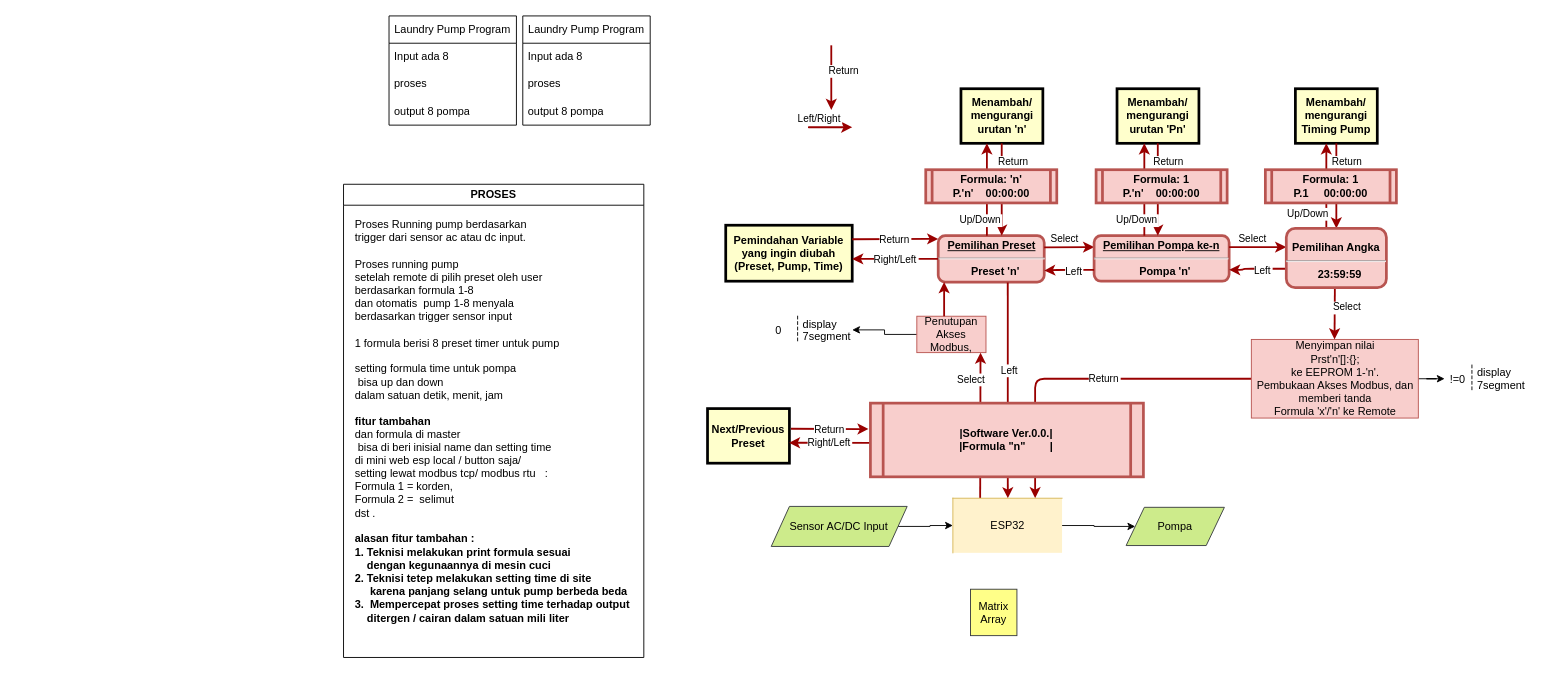
Before: Diagram Main Program.drawio in taoofeexs/SharingCode, a draw.io diagram. Source tidied: cells renumbered, new cells numbered last; positions are measured from the earlier drawing's top-left corner, leaving out a move shared by most shapes. Both pictures are drawn from the tidied source at 91%, with x=0, y=0 at pixel (343, 15).
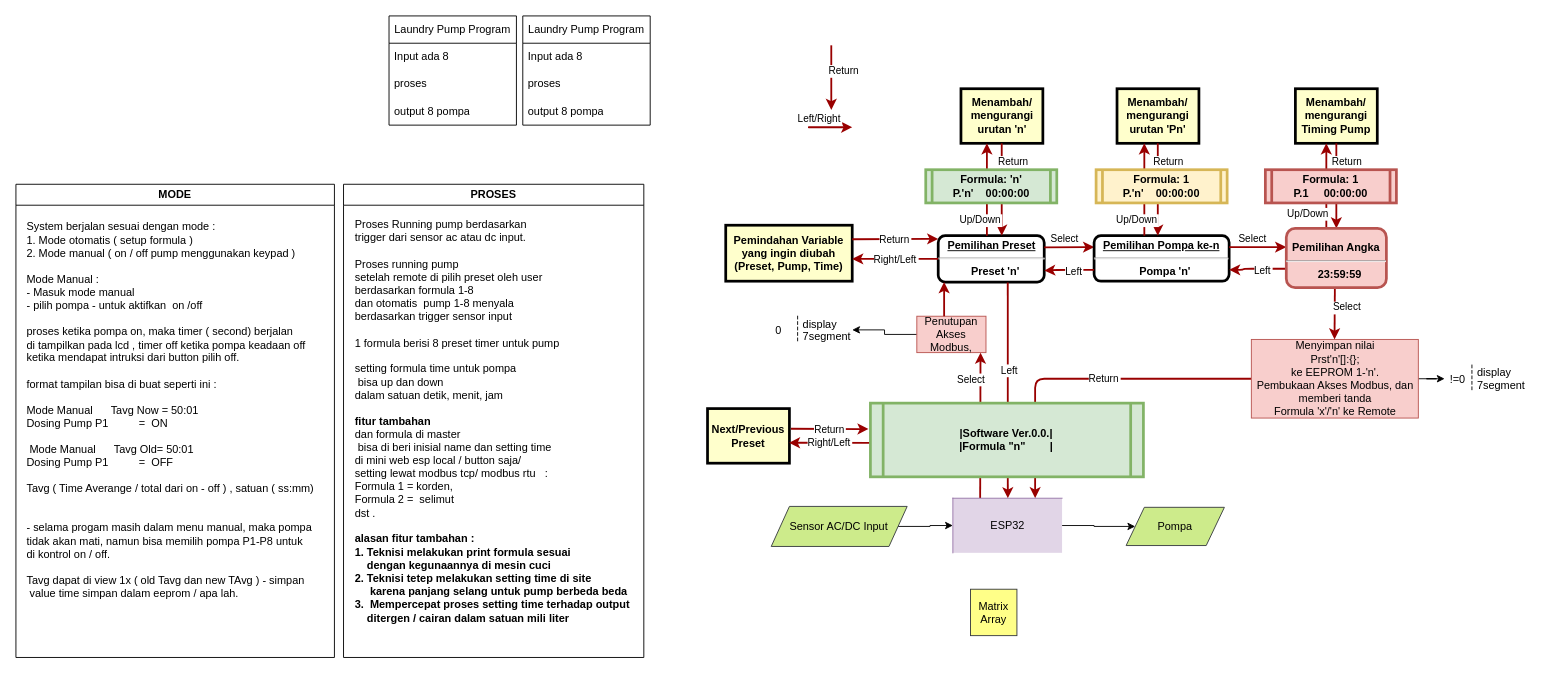
Above is the later version.

What changed in the source:
```diff
@@
-    <mxCell id="2" value="&lt;p style=&quot;margin: 0px; margin-top: 4px; text-align: center; text-decoration: underline;&quot;&gt;&lt;span style=&quot;background-color: initial;&quot;&gt;Pemilihan Preset&lt;/span&gt;&lt;strong&gt;&lt;br&gt;&lt;/strong&gt;&lt;/p&gt;&lt;hr&gt;&lt;p style=&quot;margin: 0px; margin-left: 8px;&quot;&gt;&lt;strong&gt;Preset 'n'&lt;/strong&gt;&lt;br&gt;&lt;/p&gt;" style="verticalAlign=middle;align=center;overflow=fill;fontSize=12;fontFamily=Helvetica;html=1;rounded=1;fontStyle=1;strokeWidth=3;fillColor=#f8cecc;strokeColor=#b85450;" parent="1" vertex="1">
+    <mxCell id="2" value="&lt;p style=&quot;margin: 0px; margin-top: 4px; text-align: center; text-decoration: underline;&quot;&gt;&lt;span style=&quot;background-color: initial;&quot;&gt;Pemilihan Preset&lt;/span&gt;&lt;strong&gt;&lt;br&gt;&lt;/strong&gt;&lt;/p&gt;&lt;hr&gt;&lt;p style=&quot;margin: 0px; margin-left: 8px;&quot;&gt;&lt;strong&gt;Preset 'n'&lt;/strong&gt;&lt;br&gt;&lt;/p&gt;" style="verticalAlign=middle;align=center;overflow=fill;fontSize=12;fontFamily=Helvetica;html=1;rounded=1;fontStyle=1;strokeWidth=3;" parent="1" vertex="1">
       <mxGeometry x="653.5" y="241.5" width="116.5" height="51" as="geometry" />
     </mxCell>
@@
-    <mxCell id="25" value="&lt;p style=&quot;margin: 0px; margin-top: 4px; text-align: center; text-decoration: underline;&quot;&gt;Pemilihan Pompa ke-n&lt;strong&gt;&lt;br&gt;&lt;/strong&gt;&lt;/p&gt;&lt;hr&gt;&lt;p style=&quot;margin: 0px; margin-left: 8px;&quot;&gt;Pompa 'n'&lt;/p&gt;" style="verticalAlign=middle;align=center;overflow=fill;fontSize=12;fontFamily=Helvetica;html=1;rounded=1;fontStyle=1;strokeWidth=3;fillColor=#f8cecc;strokeColor=#b85450;" parent="1" vertex="1">
+    <mxCell id="25" value="&lt;p style=&quot;margin: 0px; margin-top: 4px; text-align: center; text-decoration: underline;&quot;&gt;Pemilihan Pompa ke-n&lt;strong&gt;&lt;br&gt;&lt;/strong&gt;&lt;/p&gt;&lt;hr&gt;&lt;p style=&quot;margin: 0px; margin-left: 8px;&quot;&gt;Pompa 'n'&lt;/p&gt;" style="verticalAlign=middle;align=center;overflow=fill;fontSize=12;fontFamily=Helvetica;html=1;rounded=1;fontStyle=1;strokeWidth=3;" parent="1" vertex="1">
       <mxGeometry x="824.8" y="241.5" width="148.4" height="50" as="geometry" />
     </mxCell>
@@
-    <mxCell id="43" value="Formula: 1&#10;P.'n'    00:00:00" style="shape=process;whiteSpace=wrap;align=center;verticalAlign=middle;size=0.0475;fontStyle=1;strokeWidth=3;fillColor=#f8cecc;strokeColor=#b85450;" parent="1" vertex="1">
+    <mxCell id="43" value="Formula: 1&#10;P.'n'    00:00:00" style="shape=process;whiteSpace=wrap;align=center;verticalAlign=middle;size=0.0475;fontStyle=1;strokeWidth=3;fillColor=#fff2cc;strokeColor=#d6b656;" parent="1" vertex="1">
       <mxGeometry x="827" y="169" width="144" height="36.5" as="geometry" />
     </mxCell>
-    <mxCell id="44" value="Formula: 'n'&#10;P.'n'    00:00:00" style="shape=process;whiteSpace=wrap;align=center;verticalAlign=middle;size=0.0475;fontStyle=1;strokeWidth=3;fillColor=#f8cecc;strokeColor=#b85450;" parent="1" vertex="1">
+    <mxCell id="44" value="Formula: 'n'&#10;P.'n'    00:00:00" style="shape=process;whiteSpace=wrap;align=center;verticalAlign=middle;size=0.0475;fontStyle=1;strokeWidth=3;fillColor=#d5e8d4;strokeColor=#82b366;" parent="1" vertex="1">
       <mxGeometry x="639.8" y="169" width="144" height="36.5" as="geometry" />
     </mxCell>
@@
-    <mxCell id="47" value="ESP32" style="shape=partialRectangle;whiteSpace=wrap;html=1;bottom=0;right=0;fillColor=#fff2cc;strokeColor=#d6b656;" parent="1" vertex="1">
+    <mxCell id="47" value="ESP32" style="shape=partialRectangle;whiteSpace=wrap;html=1;bottom=0;right=0;fillColor=#e1d5e7;strokeColor=#9673a6;" parent="1" vertex="1">
       <mxGeometry x="669.6" y="530" width="120" height="60" as="geometry" />
     </mxCell>
@@
-    <mxCell id="50" value="|Software Ver.0.0.|&#10;|Formula &quot;n&quot;        |" style="shape=process;whiteSpace=wrap;align=center;verticalAlign=middle;size=0.0475;fontStyle=1;strokeWidth=3;fillColor=#f8cecc;strokeColor=#b85450;" parent="1" vertex="1">
+    <mxCell id="50" value="|Software Ver.0.0.|&#10;|Formula &quot;n&quot;        |" style="shape=process;whiteSpace=wrap;align=center;verticalAlign=middle;size=0.0475;fontStyle=1;strokeWidth=3;fillColor=#d5e8d4;strokeColor=#82b366;" parent="1" vertex="1">
       <mxGeometry x="579" y="425.5" width="300" height="81" as="geometry" />
     </mxCell>
@@
+    <mxCell id="59" value="MODE" style="swimlane;whiteSpace=wrap;html=1;" parent="1" vertex="1">
+      <mxGeometry x="-360" y="185" width="350" height="520" as="geometry" />
+    </mxCell>
+    <mxCell id="60" value="&lt;div style=&quot;text-align: justify;&quot;&gt;&lt;br&gt;&lt;/div&gt;" style="text;html=1;align=center;verticalAlign=middle;strokeColor=none;fillColor=none;" parent="59" vertex="1">
+      <mxGeometry x="155" y="260" width="20" height="30" as="geometry" />
+    </mxCell>
+    <mxCell id="61" value="&lt;div style=&quot;text-align: justify;&quot;&gt;System berjalan sesuai dengan mode :&amp;nbsp;&lt;/div&gt;&lt;div style=&quot;text-align: justify;&quot;&gt;1. Mode otomatis ( setup formula )&amp;nbsp;&lt;/div&gt;&lt;div style=&quot;text-align: justify;&quot;&gt;2. Mode manual ( on /&amp;nbsp;&lt;span style=&quot;background-color: initial;&quot;&gt;off pump menggunakan keypad )&amp;nbsp;&lt;/span&gt;&lt;/div&gt;&lt;div style=&quot;text-align: justify;&quot;&gt;&lt;span style=&quot;background-color: initial;&quot;&gt;&lt;br&gt;&lt;/span&gt;&lt;/div&gt;&lt;div style=&quot;text-align: justify;&quot;&gt;&lt;span style=&quot;background-color: initial;&quot;&gt;Mode Manual :&amp;nbsp;&lt;/span&gt;&lt;/div&gt;&lt;div style=&quot;text-align: justify;&quot;&gt;&lt;span style=&quot;background-color: initial;&quot;&gt;- Masuk mode manual&amp;nbsp;&lt;/span&gt;&lt;/div&gt;&lt;div style=&quot;text-align: justify;&quot;&gt;&lt;span style=&quot;background-color: initial;&quot;&gt;- pilih pompa - untuk aktifkan&amp;nbsp; on /off&lt;/span&gt;&lt;/div&gt;&lt;div style=&quot;text-align: justify;&quot;&gt;&lt;span style=&quot;background-color: initial;&quot;&gt;&lt;br&gt;&lt;/span&gt;&lt;/div&gt;&lt;div style=&quot;text-align: justify;&quot;&gt;&lt;span style=&quot;background-color: initial;&quot;&gt;proses ketika pompa on, maka timer ( second) berjalan&amp;nbsp;&lt;/span&gt;&lt;/div&gt;&lt;div style=&quot;text-align: justify;&quot;&gt;&lt;span style=&quot;background-color: initial;&quot;&gt;di tampilkan pada lcd , timer off ketika pompa keadaan off&amp;nbsp;&lt;/span&gt;&lt;/div&gt;&lt;div style=&quot;text-align: justify;&quot;&gt;&lt;span style=&quot;background-color: initial;&quot;&gt;ketika mendapat intruksi dari button pilih off.&amp;nbsp;&lt;/span&gt;&lt;/div&gt;&lt;div style=&quot;text-align: justify;&quot;&gt;&lt;span style=&quot;background-color: initial;&quot;&gt;&lt;br&gt;&lt;/span&gt;&lt;/div&gt;&lt;div style=&quot;text-align: justify;&quot;&gt;&lt;span style=&quot;background-color: initial;&quot;&gt;format tampilan bisa di buat seperti ini :&amp;nbsp;&lt;/span&gt;&lt;/div&gt;&lt;div style=&quot;text-align: justify;&quot;&gt;&lt;span style=&quot;background-color: initial;&quot;&gt;&lt;br&gt;&lt;/span&gt;&lt;/div&gt;&lt;div style=&quot;text-align: justify;&quot;&gt;&lt;span style=&quot;background-color: initial;&quot;&gt;Mode Manual&amp;nbsp; &amp;nbsp; &amp;nbsp; Tavg Now = 50:01&amp;nbsp;&lt;/span&gt;&lt;/div&gt;&lt;div style=&quot;text-align: justify;&quot;&gt;&lt;span style=&quot;background-color: initial;&quot;&gt;Dosing Pump P1&amp;nbsp; &amp;nbsp; &amp;nbsp; &amp;nbsp; &amp;nbsp; =&amp;nbsp; ON&amp;nbsp;&lt;/span&gt;&lt;/div&gt;&lt;div style=&quot;text-align: justify;&quot;&gt;&lt;span style=&quot;background-color: initial;&quot;&gt;&lt;br&gt;&lt;/span&gt;&lt;/div&gt;&lt;div style=&quot;text-align: justify;&quot;&gt;&lt;span style=&quot;background-color: initial;&quot;&gt;&amp;nbsp;&lt;/span&gt;&lt;span style=&quot;background-color: initial;&quot;&gt;Mode Manual&amp;nbsp; &amp;nbsp; &amp;nbsp; Tavg Old= 50:01&amp;nbsp;&lt;/span&gt;&lt;/div&gt;&lt;div style=&quot;text-align: justify;&quot;&gt;&lt;span style=&quot;background-color: initial;&quot;&gt;Dosing Pump P1&amp;nbsp; &amp;nbsp; &amp;nbsp; &amp;nbsp; &amp;nbsp; =&amp;nbsp; OFF&lt;/span&gt;&lt;/div&gt;&lt;div style=&quot;text-align: justify;&quot;&gt;&lt;span style=&quot;background-color: initial;&quot;&gt;&lt;br&gt;&lt;/span&gt;&lt;/div&gt;&lt;div style=&quot;text-align: justify;&quot;&gt;&lt;span style=&quot;background-color: initial;&quot;&gt;Tavg ( Time Averange / total dari on - off ) , satuan ( ss:mm)&lt;/span&gt;&lt;/div&gt;&lt;div style=&quot;text-align: justify;&quot;&gt;&lt;span style=&quot;background-color: initial;&quot;&gt;&amp;nbsp;&lt;/span&gt;&lt;/div&gt;&lt;div style=&quot;text-align: justify;&quot;&gt;&lt;span style=&quot;background-color: initial;&quot;&gt;&lt;br&gt;&lt;/span&gt;&lt;/div&gt;&lt;div style=&quot;text-align: justify;&quot;&gt;&lt;span style=&quot;background-color: initial;&quot;&gt;- selama progam masih dalam menu manual, maka pompa&amp;nbsp;&lt;/span&gt;&lt;/div&gt;&lt;div style=&quot;text-align: justify;&quot;&gt;&lt;span style=&quot;background-color: initial;&quot;&gt;tidak akan mati, namun bisa memilih pompa P1-P8 untuk&amp;nbsp;&lt;/span&gt;&lt;/div&gt;&lt;div style=&quot;text-align: justify;&quot;&gt;di kontrol on / off.&amp;nbsp;&lt;/div&gt;&lt;div style=&quot;text-align: justify;&quot;&gt;&lt;br&gt;&lt;/div&gt;&lt;div style=&quot;text-align: justify;&quot;&gt;Tavg dapat di view 1x ( old Tavg dan new TAvg ) - simpan&lt;/div&gt;&lt;div style=&quot;text-align: justify;&quot;&gt;&amp;nbsp;value time simpan dalam eeprom / apa lah.&amp;nbsp;&lt;/div&gt;&lt;div style=&quot;text-align: justify;&quot;&gt;&lt;br&gt;&lt;/div&gt;&lt;div style=&quot;text-align: justify;&quot;&gt;&lt;br&gt;&lt;/div&gt;&lt;div style=&quot;text-align: justify;&quot;&gt;&lt;span style=&quot;background-color: initial;&quot;&gt;&amp;nbsp;&amp;nbsp;&lt;/span&gt;&lt;/div&gt;" style="text;html=1;align=center;verticalAlign=middle;strokeColor=none;fillColor=none;" parent="59" vertex="1">
+      <mxGeometry y="35" width="340" height="470" as="geometry" />
+    </mxCell>
```
